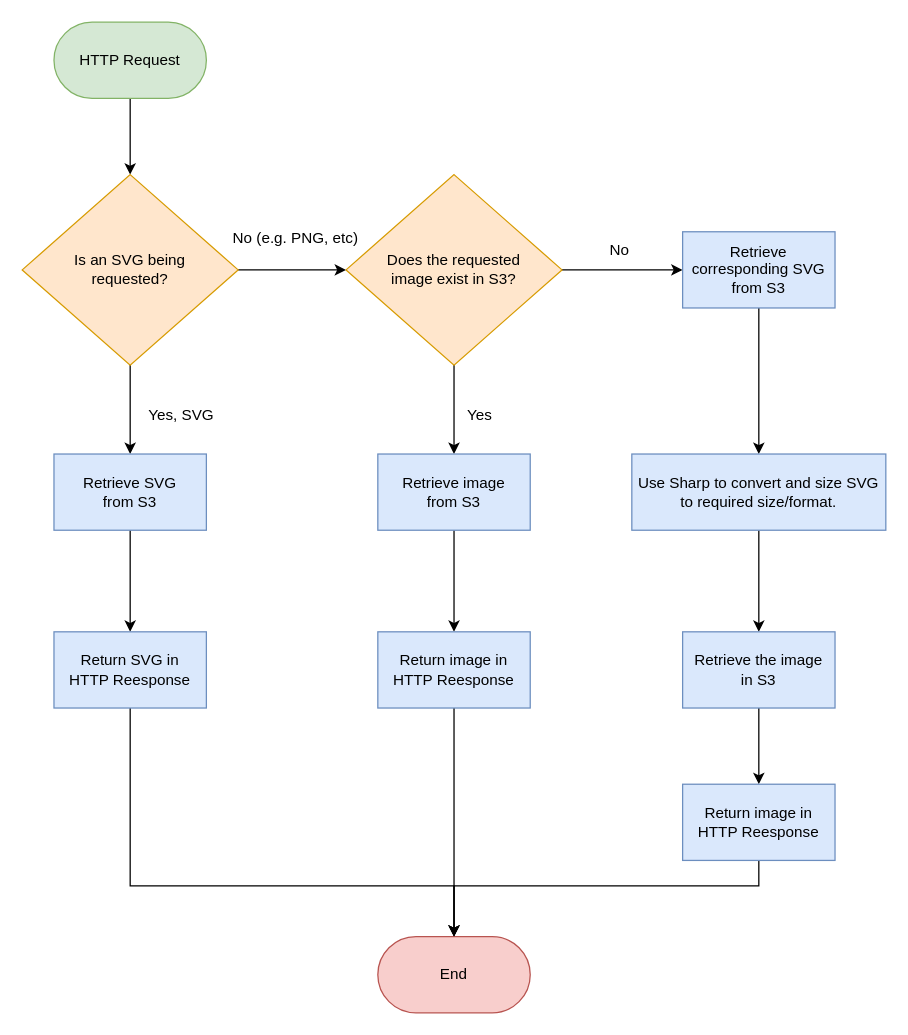
The draw.io diagram emojiapi-workflow.drawio in jamesridgway/diagrams, before the edit. Source tidied: cells renumbered, new cells numbered last; positions are measured from the earlier drawing's top-left corner, leaving out a move shared by most shapes. Both pictures are drawn from the tidied source at 127%, with x=0, y=0 at pixel (22, 22).
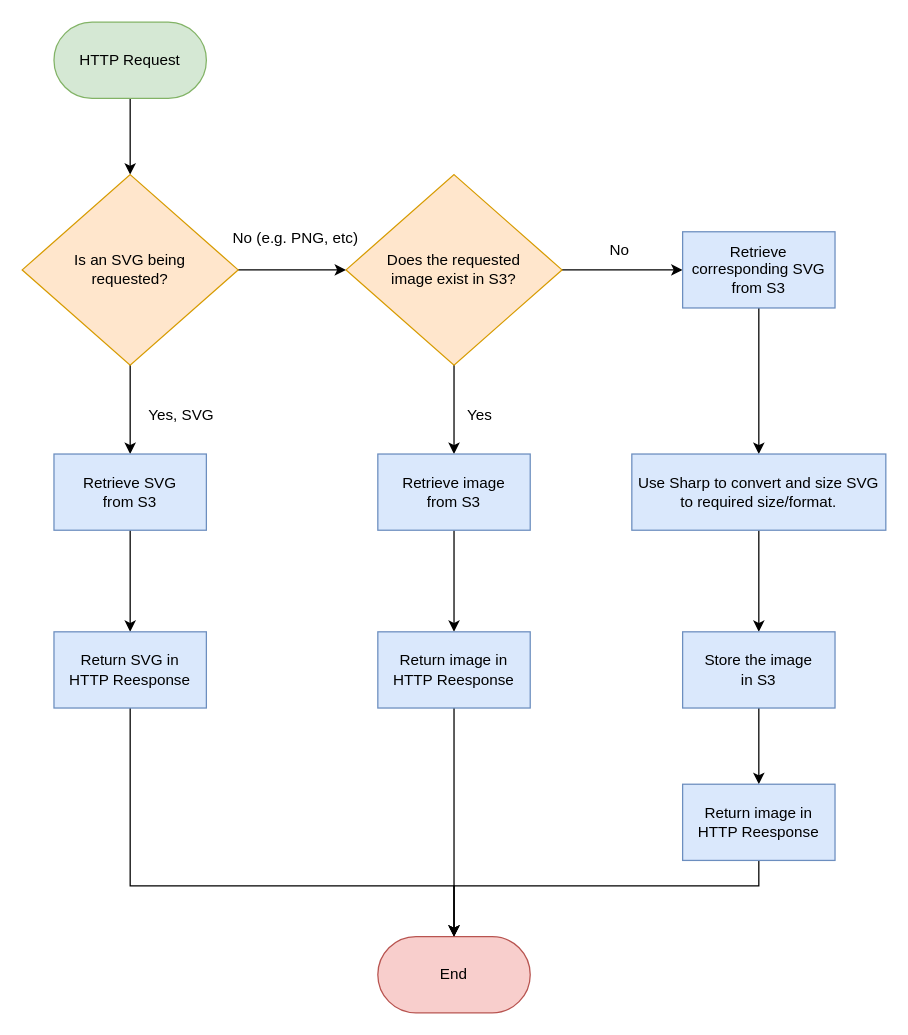
The same page after the edit.

The edit, as a diff of the source:
```diff
@@
-    <mxCell id="24" value="Retrieve the image&lt;br&gt;in S3" style="rounded=0;whiteSpace=wrap;html=1;fillColor=#dae8fc;strokeColor=#6c8ebf;" parent="1" vertex="1">
+    <mxCell id="24" value="Store the image&lt;br&gt;in S3" style="rounded=0;whiteSpace=wrap;html=1;fillColor=#dae8fc;strokeColor=#6c8ebf;" parent="1" vertex="1">
       <mxGeometry x="520" y="480" width="120" height="60" as="geometry" />
     </mxCell>
```
